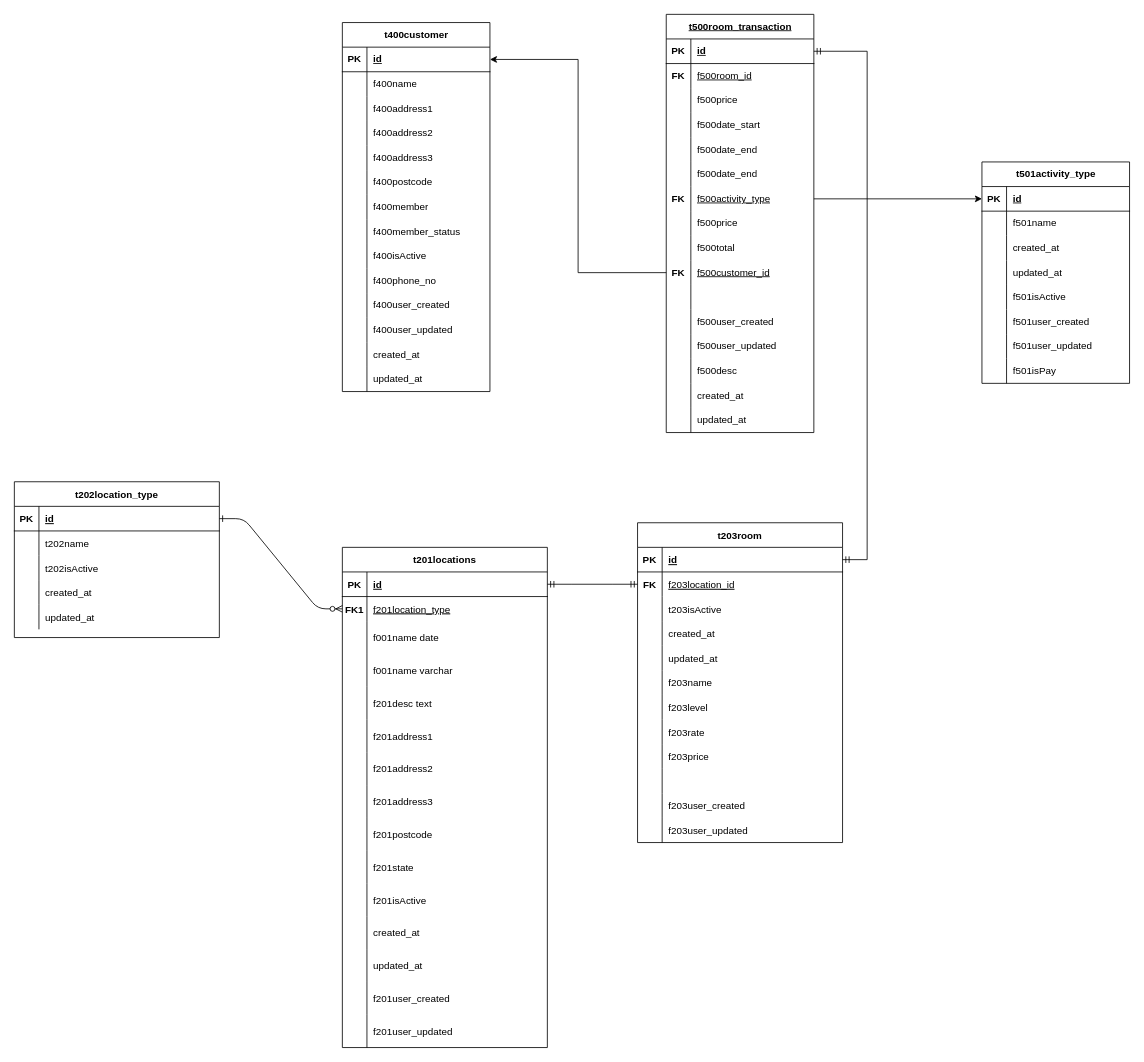
Earlier version of the draw.io diagram page "Rental Activity" (1 of 3) of rentall_app.drawio (harishaikal940322/diagram). Source tidied: cells renumbered, new cells numbered last; positions are measured from the earlier drawing's top-left corner, leaving out a move shared by most shapes. Both pictures are drawn from the tidied source at 82%, with x=0, y=0 at pixel (14, 14).
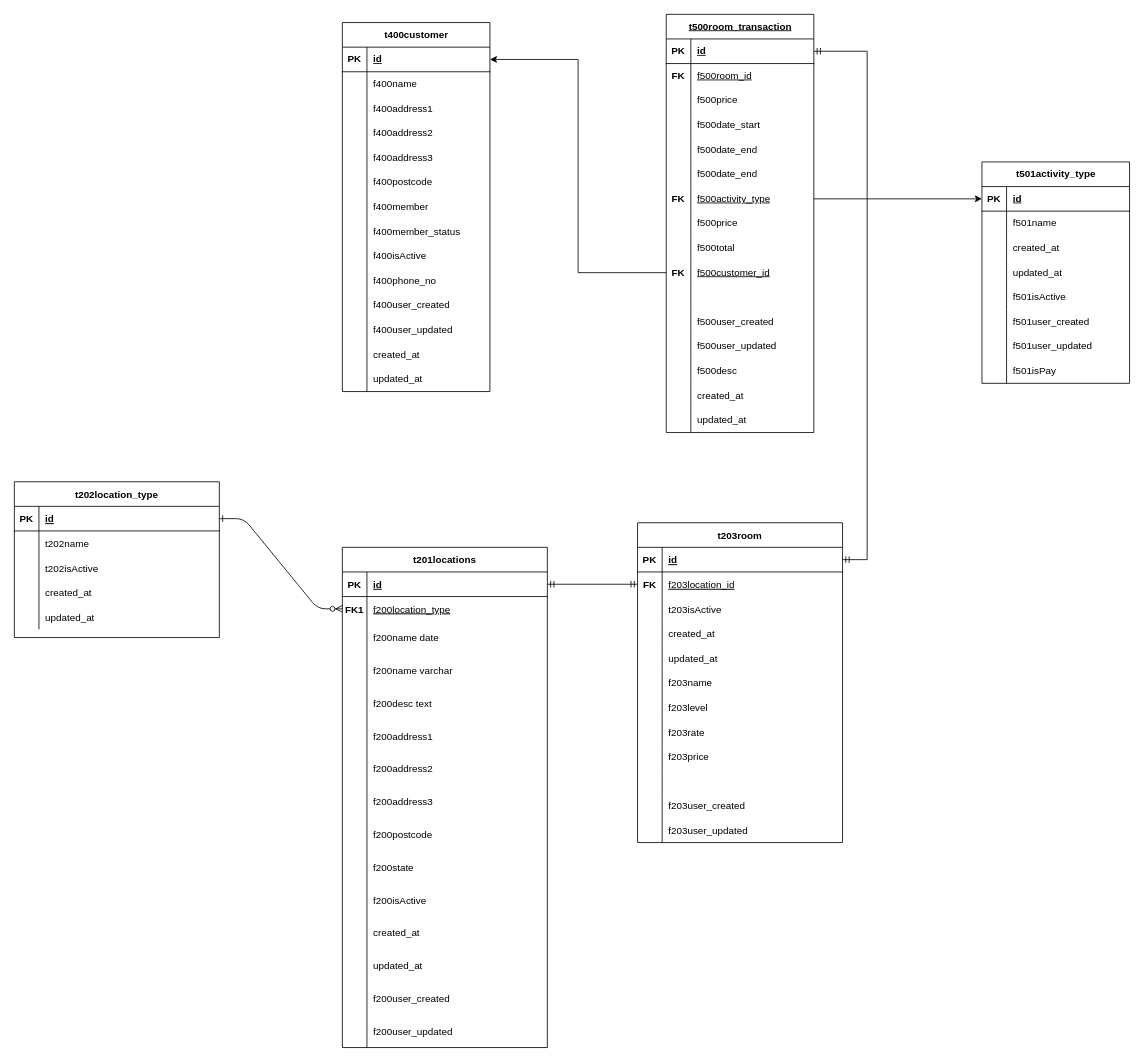
The same page after the edit.

Unchanged cells that the change refers to:
```xml
<mxCell id="7" style="shape=partialRectangle;fillColor=none;points=[[0,0.5],[1,0.5]];portConstraint=eastwest;top=0;left=0;right=0;bottom=0;" parent="3" vertex="1">
  <mxGeometry y="60" width="250" height="30" as="geometry" />
</mxCell>
<mxCell id="10" style="shape=partialRectangle;fillColor=none;top=0;left=0;right=0;bottom=0;" parent="3" vertex="1">
  <mxGeometry y="90" width="250" height="40" as="geometry" />
</mxCell>
<mxCell id="13" style="shape=partialRectangle;fillColor=none;top=0;left=0;right=0;bottom=0;" parent="3" vertex="1">
  <mxGeometry y="130" width="250" height="40" as="geometry" />
</mxCell>
<mxCell id="16" style="shape=partialRectangle;fillColor=none;top=0;left=0;right=0;bottom=0;" parent="3" vertex="1">
  <mxGeometry y="170" width="250" height="40" as="geometry" />
</mxCell>
<mxCell id="19" style="shape=partialRectangle;fillColor=none;top=0;left=0;right=0;bottom=0;" parent="3" vertex="1">
  <mxGeometry y="210" width="250" height="40" as="geometry" />
</mxCell>
<mxCell id="22" style="shape=partialRectangle;fillColor=none;top=0;left=0;right=0;bottom=0;" parent="3" vertex="1">
  <mxGeometry y="250" width="250" height="40" as="geometry" />
</mxCell>
<mxCell id="25" style="shape=partialRectangle;fillColor=none;top=0;left=0;right=0;bottom=0;" parent="3" vertex="1">
  <mxGeometry y="290" width="250" height="40" as="geometry" />
</mxCell>
<mxCell id="28" style="shape=partialRectangle;fillColor=none;top=0;left=0;right=0;bottom=0;" parent="3" vertex="1">
  <mxGeometry y="330" width="250" height="40" as="geometry" />
</mxCell>
<mxCell id="31" style="shape=partialRectangle;fillColor=none;top=0;left=0;right=0;bottom=0;" parent="3" vertex="1">
  <mxGeometry y="370" width="250" height="40" as="geometry" />
</mxCell>
<mxCell id="34" style="shape=partialRectangle;fillColor=none;top=0;left=0;right=0;bottom=0;" parent="3" vertex="1">
  <mxGeometry y="410" width="250" height="40" as="geometry" />
</mxCell>
<mxCell id="43" style="shape=partialRectangle;fillColor=none;top=0;left=0;right=0;bottom=0;" parent="3" vertex="1">
  <mxGeometry y="530" width="250" height="40" as="geometry" />
</mxCell>
<mxCell id="46" style="shape=partialRectangle;fillColor=none;top=0;left=0;right=0;bottom=0;" parent="3" vertex="1">
  <mxGeometry y="570" width="250" height="40" as="geometry" />
</mxCell>
```

The edit, as a diff of the source:
```diff
@@
-    <mxCell id="9" value="f201location_type" style="shape=partialRectangle;overflow=hidden;fillColor=none;top=0;left=0;bottom=0;right=0;align=left;spacingLeft=6;fontStyle=4;" parent="7" vertex="1">
+    <mxCell id="9" value="f200location_type" style="shape=partialRectangle;overflow=hidden;fillColor=none;top=0;left=0;bottom=0;right=0;align=left;spacingLeft=6;fontStyle=4;" parent="7" vertex="1">
       <mxGeometry x="30" width="220" height="30" as="geometry" />
     </mxCell>
@@
-    <mxCell id="12" value="f001name date" style="shape=partialRectangle;overflow=hidden;fillColor=none;top=0;left=0;bottom=0;right=0;align=left;spacingLeft=6;" parent="10" vertex="1">
+    <mxCell id="12" value="f200name date" style="shape=partialRectangle;overflow=hidden;fillColor=none;top=0;left=0;bottom=0;right=0;align=left;spacingLeft=6;" parent="10" vertex="1">
       <mxGeometry x="30" width="220" height="40" as="geometry" />
     </mxCell>
@@
-    <mxCell id="15" value="f001name varchar" style="shape=partialRectangle;overflow=hidden;fillColor=none;top=0;left=0;bottom=0;right=0;align=left;spacingLeft=6;" parent="13" vertex="1">
+    <mxCell id="15" value="f200name varchar" style="shape=partialRectangle;overflow=hidden;fillColor=none;top=0;left=0;bottom=0;right=0;align=left;spacingLeft=6;" parent="13" vertex="1">
       <mxGeometry x="30" width="220" height="40" as="geometry" />
     </mxCell>
@@
-    <mxCell id="18" value="f201desc text" style="shape=partialRectangle;overflow=hidden;fillColor=none;top=0;left=0;bottom=0;right=0;align=left;spacingLeft=6;" parent="16" vertex="1">
+    <mxCell id="18" value="f200desc text" style="shape=partialRectangle;overflow=hidden;fillColor=none;top=0;left=0;bottom=0;right=0;align=left;spacingLeft=6;" parent="16" vertex="1">
       <mxGeometry x="30" width="220" height="40" as="geometry" />
     </mxCell>
@@
-    <mxCell id="21" value="f201address1" style="shape=partialRectangle;overflow=hidden;fillColor=none;top=0;left=0;bottom=0;right=0;align=left;spacingLeft=6;" parent="19" vertex="1">
+    <mxCell id="21" value="f200address1" style="shape=partialRectangle;overflow=hidden;fillColor=none;top=0;left=0;bottom=0;right=0;align=left;spacingLeft=6;" parent="19" vertex="1">
       <mxGeometry x="30" width="220" height="40" as="geometry" />
     </mxCell>
@@
-    <mxCell id="24" value="f201address2" style="shape=partialRectangle;overflow=hidden;fillColor=none;top=0;left=0;bottom=0;right=0;align=left;spacingLeft=6;" parent="22" vertex="1">
+    <mxCell id="24" value="f200address2" style="shape=partialRectangle;overflow=hidden;fillColor=none;top=0;left=0;bottom=0;right=0;align=left;spacingLeft=6;" parent="22" vertex="1">
       <mxGeometry x="30" width="220" height="40" as="geometry" />
     </mxCell>
@@
-    <mxCell id="27" value="f201address3" style="shape=partialRectangle;overflow=hidden;fillColor=none;top=0;left=0;bottom=0;right=0;align=left;spacingLeft=6;" parent="25" vertex="1">
+    <mxCell id="27" value="f200address3" style="shape=partialRectangle;overflow=hidden;fillColor=none;top=0;left=0;bottom=0;right=0;align=left;spacingLeft=6;" parent="25" vertex="1">
       <mxGeometry x="30" width="220" height="40" as="geometry" />
     </mxCell>
@@
-    <mxCell id="30" value="f201postcode" style="shape=partialRectangle;overflow=hidden;fillColor=none;top=0;left=0;bottom=0;right=0;align=left;spacingLeft=6;" parent="28" vertex="1">
+    <mxCell id="30" value="f200postcode" style="shape=partialRectangle;overflow=hidden;fillColor=none;top=0;left=0;bottom=0;right=0;align=left;spacingLeft=6;" parent="28" vertex="1">
       <mxGeometry x="30" width="220" height="40" as="geometry" />
     </mxCell>
@@
-    <mxCell id="33" value="f201state" style="shape=partialRectangle;overflow=hidden;fillColor=none;top=0;left=0;bottom=0;right=0;align=left;spacingLeft=6;" parent="31" vertex="1">
+    <mxCell id="33" value="f200state" style="shape=partialRectangle;overflow=hidden;fillColor=none;top=0;left=0;bottom=0;right=0;align=left;spacingLeft=6;" parent="31" vertex="1">
       <mxGeometry x="30" width="220" height="40" as="geometry" />
     </mxCell>
@@
-    <mxCell id="36" value="f201isActive" style="shape=partialRectangle;overflow=hidden;fillColor=none;top=0;left=0;bottom=0;right=0;align=left;spacingLeft=6;" parent="34" vertex="1">
+    <mxCell id="36" value="f200isActive" style="shape=partialRectangle;overflow=hidden;fillColor=none;top=0;left=0;bottom=0;right=0;align=left;spacingLeft=6;" parent="34" vertex="1">
       <mxGeometry x="30" width="220" height="40" as="geometry" />
     </mxCell>
@@
-    <mxCell id="45" value="f201user_created" style="shape=partialRectangle;overflow=hidden;fillColor=none;top=0;left=0;bottom=0;right=0;align=left;spacingLeft=6;" parent="43" vertex="1">
+    <mxCell id="45" value="f200user_created" style="shape=partialRectangle;overflow=hidden;fillColor=none;top=0;left=0;bottom=0;right=0;align=left;spacingLeft=6;" parent="43" vertex="1">
       <mxGeometry x="30" width="220" height="40" as="geometry" />
     </mxCell>
@@
-    <mxCell id="48" value="f201user_updated" style="shape=partialRectangle;overflow=hidden;fillColor=none;top=0;left=0;bottom=0;right=0;align=left;spacingLeft=6;" parent="46" vertex="1">
+    <mxCell id="48" value="f200user_updated" style="shape=partialRectangle;overflow=hidden;fillColor=none;top=0;left=0;bottom=0;right=0;align=left;spacingLeft=6;" parent="46" vertex="1">
       <mxGeometry x="30" width="220" height="40" as="geometry" />
     </mxCell>
```
